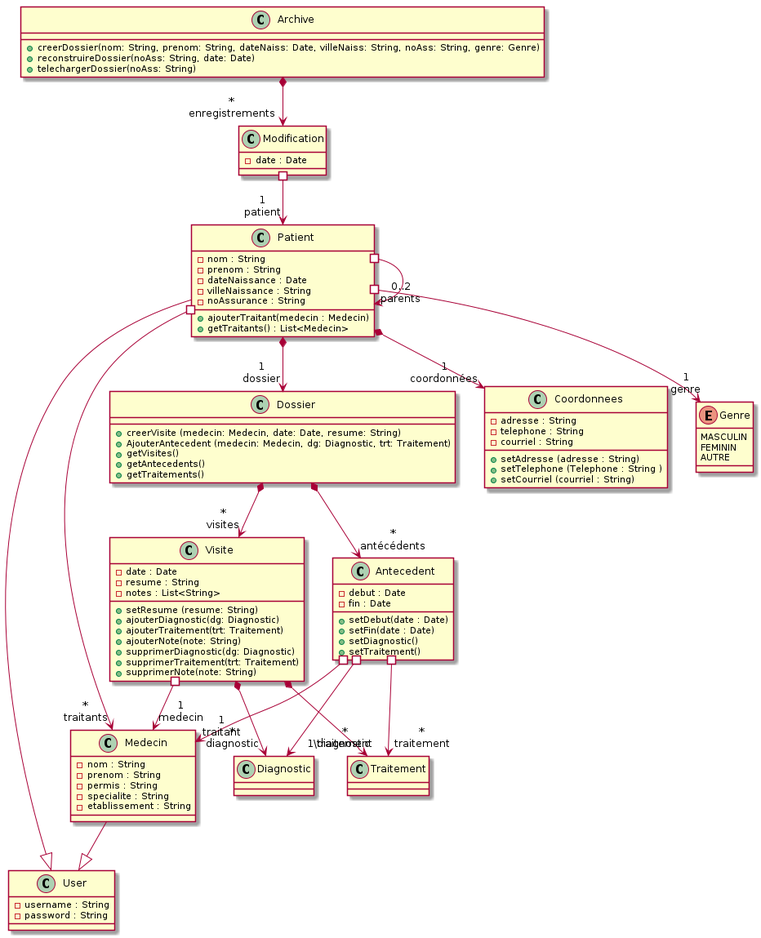
Earlier version of the PlantUML export models/class_diagram.png (fethiuqam/INF5153-Projet-Session).
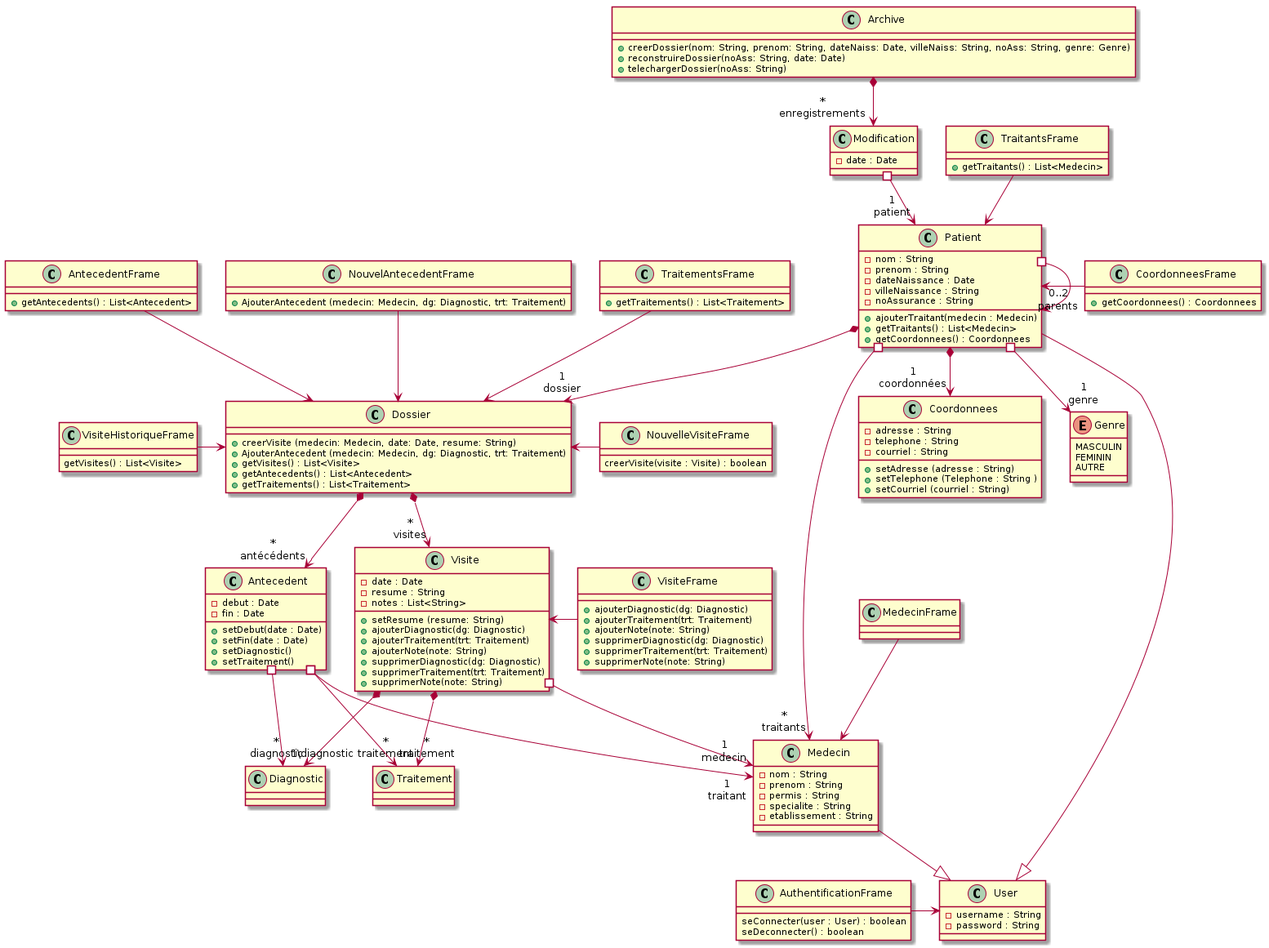
The same diagram one commit later.

Commit message:
mise a jour du diagramme de usecase

The edit, as a diff of the source:
```diff
@@ -13,6 +13,7 @@
     - noAssurance : String
     + ajouterTraitant(medecin : Medecin)
     + getTraitants() : List<Medecin>
+    + getCoordonnees() : Coordonnees
 }
 
 class Coordonnees {
@@ -33,9 +34,9 @@
 class Dossier {
     + creerVisite (medecin: Medecin, date: Date, resume: String)
     + AjouterAntecedent (medecin: Medecin, dg: Diagnostic, trt: Traitement)
-    + getVisites()
-    + getAntecedents()
-    + getTraitements()
+    + getVisites() : List<Visite>
+    + getAntecedents() : List<Antecedent>
+    + getTraitements() : List<Traitement>
 }
 
 class Visite {
@@ -86,6 +87,54 @@
     + telechargerDossier(noAss: String)
 }
 
+class AuthentificationFrame {
+    seConnecter(user : User) : boolean
+    seDeconnecter() : boolean
+}
+
+class VisiteHistoriqueFrame {
+    getVisites() : List<Visite>
+
+}
+
+class VisiteFrame {
+    + ajouterDiagnostic(dg: Diagnostic)
+    + ajouterTraitement(trt: Traitement)
+    + ajouterNote(note: String)
+    + supprimerDiagnostic(dg: Diagnostic)
+    + supprimerTraitement(trt: Traitement)
+    + supprimerNote(note: String)
+}
+
+class NouvelleVisiteFrame {
+    creerVisite(visite : Visite) : boolean
+}
+
+class AntecedentFrame {
+    + getAntecedents() : List<Antecedent>
+}
+
+class NouvelAntecedentFrame {
+    + AjouterAntecedent (medecin: Medecin, dg: Diagnostic, trt: Traitement)
+}
+
+class TraitantsFrame {
+    + getTraitants() : List<Medecin>
+}
+
+class MedecinFrame {
+
+}
+
+class TraitementsFrame {
+    + getTraitements() : List<Traitement>
+}
+
+class CoordonneesFrame {
+    + getCoordonnees() : Coordonnees
+}
+
+
 Medecin --|> User
 
 Patient --|> User
@@ -109,4 +158,15 @@
 Modification #-->"1\npatient" Patient
 Archive *-->"*\nenregistrements" Modification
 
+AuthentificationFrame -r-> User
+CoordonneesFrame -l-> Patient
+VisiteHistoriqueFrame -r-> Dossier
+VisiteFrame -l-> Visite
+NouvelleVisiteFrame -l-> Dossier
+AntecedentFrame --> Dossier
+NouvelAntecedentFrame --> Dossier
+TraitantsFrame --> Patient
+MedecinFrame --> Medecin
+TraitementsFrame --> Dossier
+
 @enduml
```
